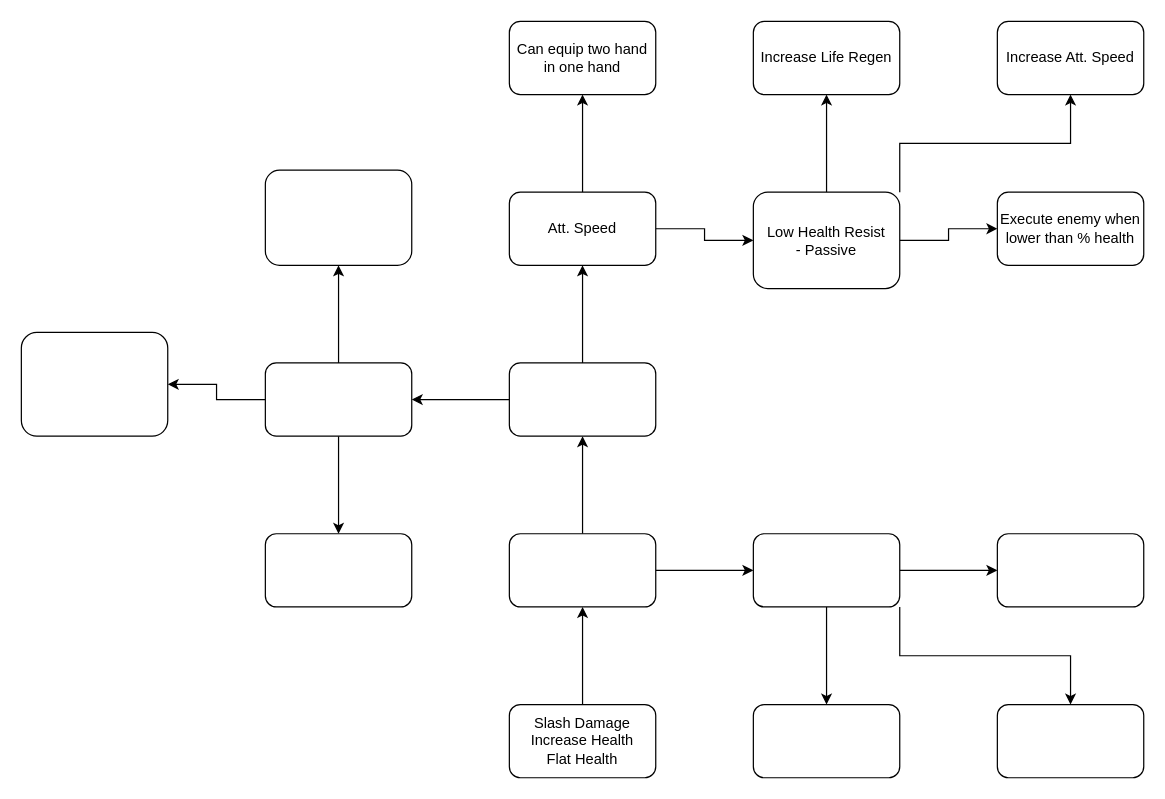
Before: page "Hero" (8 of 21) of Docs/SkillTree.drawio in LeVieuxSinge/RoguelikeGame, a draw.io diagram. Source tidied: cells renumbered, new cells numbered last; positions are measured from the earlier drawing's top-left corner, leaving out a move shared by most shapes. Both pictures are drawn from the tidied source at 122%, with x=0, y=0 at pixel (21, 21).
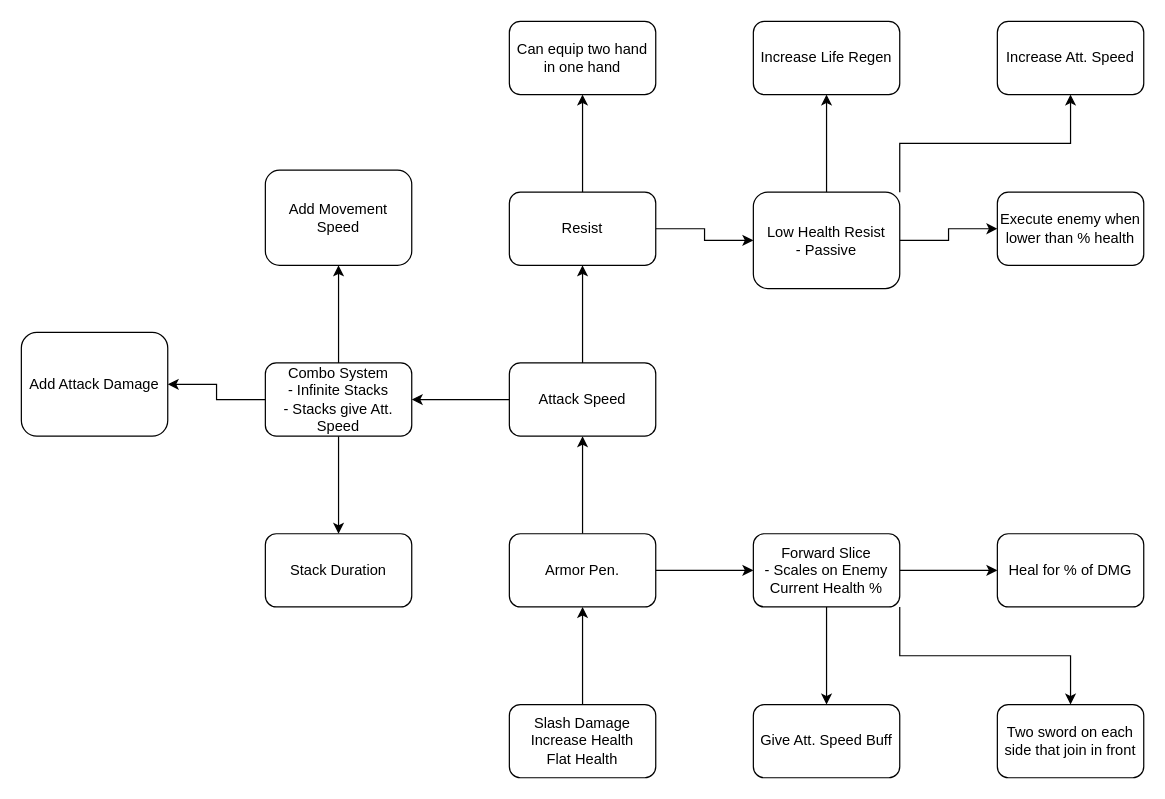
Above is the later version.

The edit, as a diff of the source:
```diff
@@
-    <mxCell id="6" style="rounded=1;whiteSpace=wrap;html=1;" parent="1" vertex="1">
+    <mxCell id="6" value="Armor Pen." style="rounded=1;whiteSpace=wrap;html=1;" parent="1" vertex="1">
       <mxGeometry x="400" y="420" width="120" height="60" as="geometry" />
     </mxCell>
@@
-    <mxCell id="9" style="rounded=1;whiteSpace=wrap;html=1;" parent="1" vertex="1">
+    <mxCell id="9" value="Attack Speed" style="rounded=1;whiteSpace=wrap;html=1;" parent="1" vertex="1">
       <mxGeometry x="400" y="280" width="120" height="60" as="geometry" />
     </mxCell>
@@
-    <mxCell id="13" style="rounded=1;whiteSpace=wrap;html=1;" parent="1" vertex="1">
+    <mxCell id="13" value="Forward Slice&lt;br&gt;- Scales on Enemy Current Health %" style="rounded=1;whiteSpace=wrap;html=1;" parent="1" vertex="1">
       <mxGeometry x="600" y="420" width="120" height="60" as="geometry" />
     </mxCell>
@@
-    <mxCell id="17" style="rounded=1;whiteSpace=wrap;html=1;" parent="1" vertex="1">
+    <mxCell id="17" value="Combo System&lt;br&gt;- Infinite Stacks&lt;br&gt;- Stacks give Att. Speed" style="rounded=1;whiteSpace=wrap;html=1;" parent="1" vertex="1">
       <mxGeometry x="200" y="280" width="120" height="60" as="geometry" />
     </mxCell>
@@
-    <mxCell id="20" value="Att. Speed" style="rounded=1;whiteSpace=wrap;html=1;" parent="1" vertex="1">
+    <mxCell id="20" value="Resist" style="rounded=1;whiteSpace=wrap;html=1;" parent="1" vertex="1">
       <mxGeometry x="400" y="140" width="120" height="60" as="geometry" />
     </mxCell>
@@
-    <mxCell id="26" style="rounded=1;whiteSpace=wrap;html=1;" parent="1" vertex="1">
+    <mxCell id="26" value="Heal for % of DMG" style="rounded=1;whiteSpace=wrap;html=1;" parent="1" vertex="1">
       <mxGeometry x="800" y="420" width="120" height="60" as="geometry" />
     </mxCell>
-    <mxCell id="27" style="rounded=1;whiteSpace=wrap;html=1;" parent="1" vertex="1">
+    <mxCell id="27" value="Give Att. Speed Buff" style="rounded=1;whiteSpace=wrap;html=1;" parent="1" vertex="1">
       <mxGeometry x="600" y="560" width="120" height="60" as="geometry" />
     </mxCell>
-    <mxCell id="28" style="rounded=1;whiteSpace=wrap;html=1;" parent="1" vertex="1">
+    <mxCell id="28" value="Two sword on each side that join in front" style="rounded=1;whiteSpace=wrap;html=1;" parent="1" vertex="1">
       <mxGeometry x="800" y="560" width="120" height="60" as="geometry" />
     </mxCell>
-    <mxCell id="29" style="rounded=1;whiteSpace=wrap;html=1;" parent="1" vertex="1">
+    <mxCell id="29" value="Stack Duration" style="rounded=1;whiteSpace=wrap;html=1;" parent="1" vertex="1">
       <mxGeometry x="200" y="420" width="120" height="60" as="geometry" />
     </mxCell>
-    <mxCell id="30" style="rounded=1;whiteSpace=wrap;html=1;" parent="1" vertex="1">
+    <mxCell id="30" value="Add Attack Damage" style="rounded=1;whiteSpace=wrap;html=1;" parent="1" vertex="1">
       <mxGeometry y="255" width="120" height="85" as="geometry" />
     </mxCell>
-    <mxCell id="31" style="rounded=1;whiteSpace=wrap;html=1;" parent="1" vertex="1">
+    <mxCell id="31" value="Add Movement Speed" style="rounded=1;whiteSpace=wrap;html=1;" parent="1" vertex="1">
       <mxGeometry x="200" y="122" width="120" height="78" as="geometry" />
     </mxCell>
```
